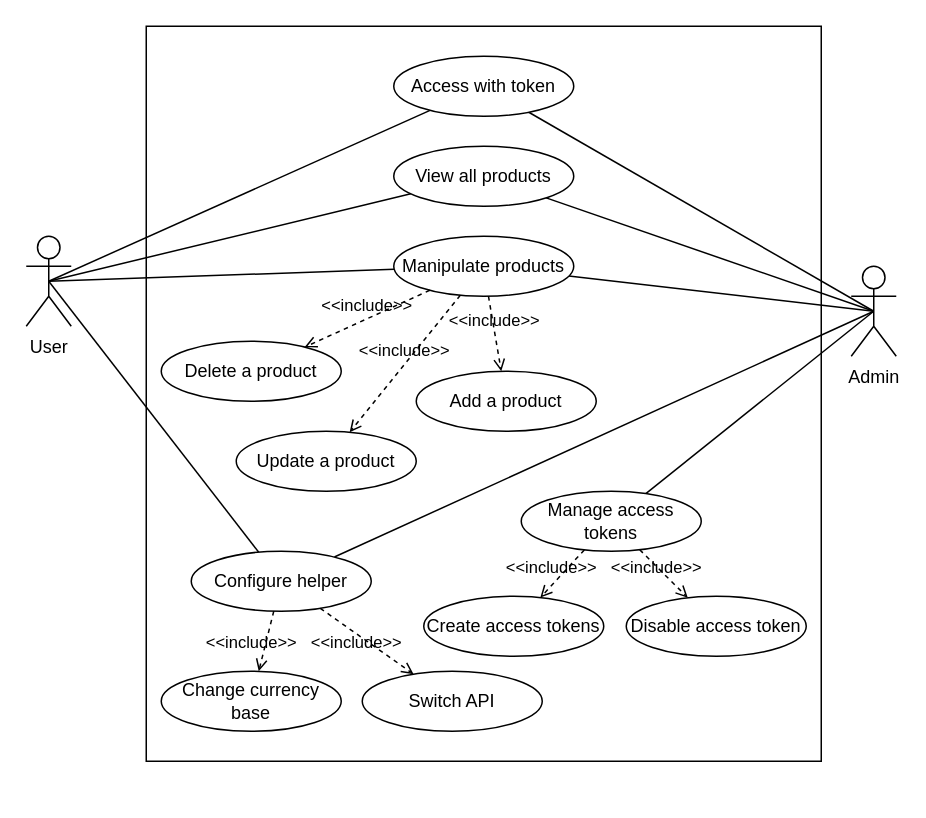
Above: $diagrams/useCaseDiagram.drawio in jinyaoMa/product-currency-helper (draw.io), before the change. Source tidied: cells renumbered, new cells numbered last; positions are measured from the earlier drawing's top-left corner, leaving out a move shared by most shapes. Both pictures are drawn from the tidied source at 150%, with x=0, y=0 at pixel (26, 26).
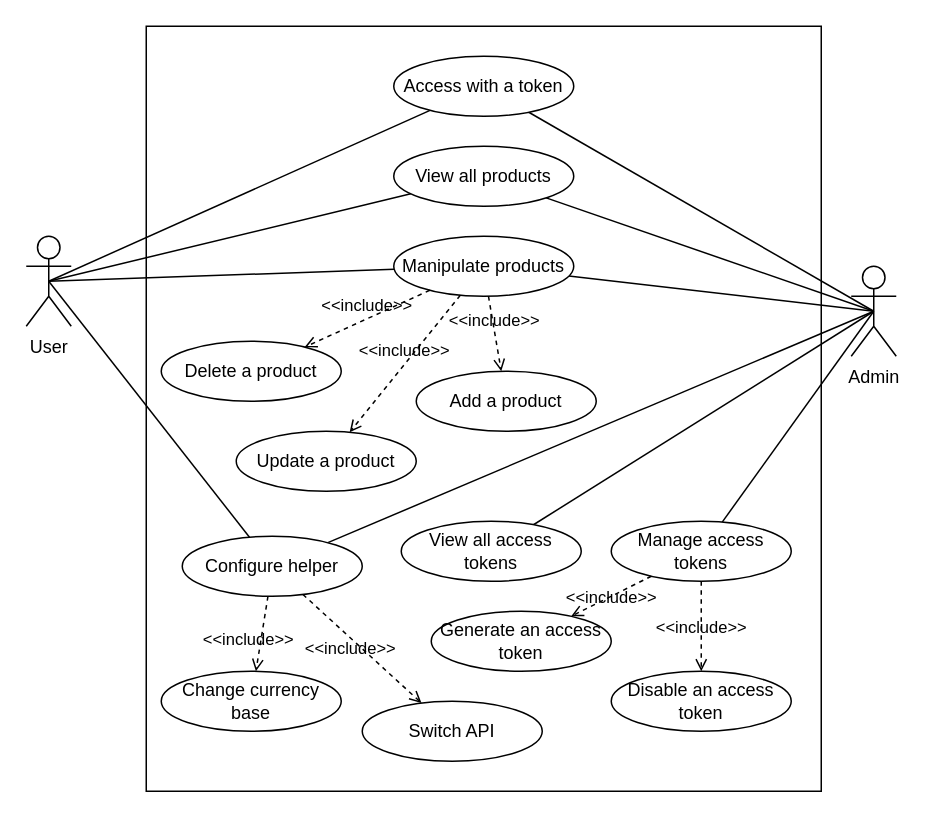
After the change.

Unchanged cells that the change refers to:
```xml
<mxCell id="13" value="Admin" style="shape=umlActor;verticalLabelPosition=bottom;verticalAlign=top;html=1;outlineConnect=0;" parent="1" vertex="1">
  <mxGeometry x="550" y="160" width="30" height="60" as="geometry" />
</mxCell>
```

Diff of the diagram source:
```diff
@@
     <mxCell id="2" style="rounded=0;whiteSpace=wrap;html=1;" parent="1" vertex="1">
-      <mxGeometry x="80" width="450" height="490" as="geometry" />
+      <mxGeometry x="80" width="450" height="510" as="geometry" />
     </mxCell>
@@
+    <mxCell id="33" style="edgeStyle=none;html=1;exitX=0.5;exitY=0.5;exitDx=0;exitDy=0;exitPerimeter=0;endArrow=none;endFill=0;" parent="1" edge="1" source="13" target="34">
+      <mxGeometry relative="1" as="geometry" />
+    </mxCell>
@@
-    <mxCell id="14" value="Access with token" style="ellipse;whiteSpace=wrap;html=1;" parent="1" vertex="1">
+    <mxCell id="14" value="Access with a token" style="ellipse;whiteSpace=wrap;html=1;" parent="1" vertex="1">
       <mxGeometry x="245" y="20" width="120" height="40" as="geometry" />
     </mxCell>
@@
     <mxCell id="19" value="Configure helper" style="ellipse;whiteSpace=wrap;html=1;" parent="1" vertex="1">
-      <mxGeometry x="110" y="350" width="120" height="40" as="geometry" />
+      <mxGeometry x="104" y="340" width="120" height="40" as="geometry" />
     </mxCell>
     <mxCell id="20" value="Manage access tokens" style="ellipse;whiteSpace=wrap;html=1;" parent="1" vertex="1">
-      <mxGeometry x="330" y="310" width="120" height="40" as="geometry" />
+      <mxGeometry x="390" y="330" width="120" height="40" as="geometry" />
     </mxCell>
@@
-    <mxCell id="25" value="Create access tokens" style="ellipse;whiteSpace=wrap;html=1;" parent="1" vertex="1">
-      <mxGeometry x="265" y="380" width="120" height="40" as="geometry" />
+    <mxCell id="25" value="Generate an access token" style="ellipse;whiteSpace=wrap;html=1;" parent="1" vertex="1">
+      <mxGeometry x="270" y="390" width="120" height="40" as="geometry" />
     </mxCell>
-    <mxCell id="26" value="Disable access token" style="ellipse;whiteSpace=wrap;html=1;" parent="1" vertex="1">
-      <mxGeometry x="400" y="380" width="120" height="40" as="geometry" />
+    <mxCell id="26" value="Disable an access token" style="ellipse;whiteSpace=wrap;html=1;" parent="1" vertex="1">
+      <mxGeometry x="390" y="430" width="120" height="40" as="geometry" />
     </mxCell>
     <mxCell id="27" value="&amp;lt;&amp;lt;include&amp;gt;&amp;gt;" style="edgeStyle=none;html=1;endArrow=open;verticalAlign=bottom;dashed=1;labelBackgroundColor=none;rounded=0;" parent="1" edge="1" source="20" target="25">
-      <mxGeometry x="0.4" y="-2" relative="1" as="geometry" />
+      <mxGeometry x="0.15" y="9" relative="1" as="geometry" />
     </mxCell>
     <mxCell id="28" value="&amp;lt;&amp;lt;include&amp;gt;&amp;gt;" style="edgeStyle=none;html=1;endArrow=open;verticalAlign=bottom;dashed=1;labelBackgroundColor=none;rounded=0;" parent="1" edge="1" source="20" target="26">
-      <mxGeometry y="-7" relative="1" as="geometry" />
+      <mxGeometry x="0.33" relative="1" as="geometry" />
     </mxCell>
@@
     <mxCell id="30" value="Switch API" style="ellipse;whiteSpace=wrap;html=1;" parent="1" vertex="1">
-      <mxGeometry x="224" y="430" width="120" height="40" as="geometry" />
+      <mxGeometry x="224" y="450" width="120" height="40" as="geometry" />
     </mxCell>
@@
+    <mxCell id="34" value="View all access tokens" style="ellipse;whiteSpace=wrap;html=1;" parent="1" vertex="1">
+      <mxGeometry x="250" y="330" width="120" height="40" as="geometry" />
+    </mxCell>
```
